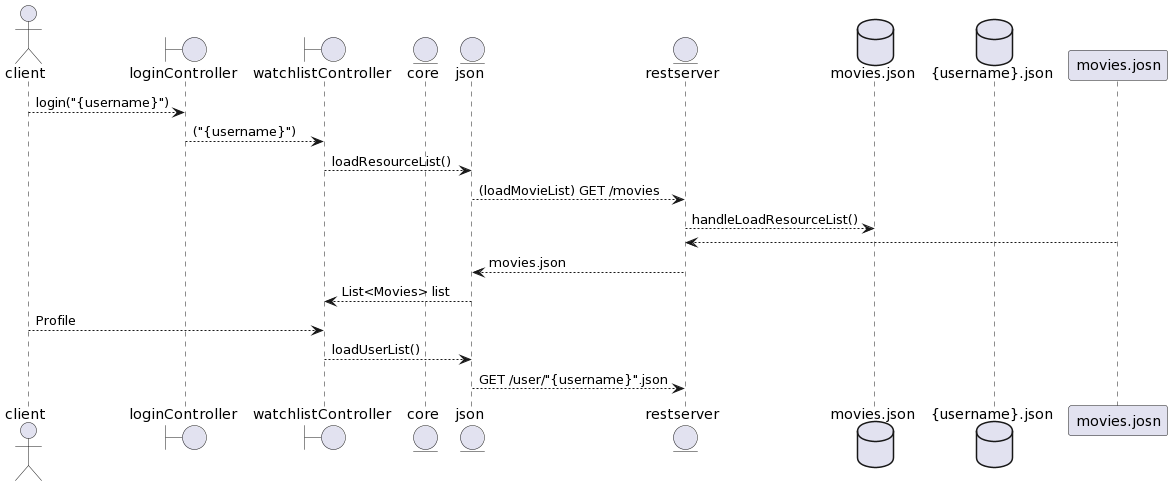
The PlantUML diagram docs/release3/images/sekvensdiagram.png in Vidarsg/Watchlist, before a commit. The source it was exported from:
```plantuml
@startuml
actor client
boundary loginController
boundary watchlistController
entity core
entity json
entity restserver
database movies.json
database "{username}.json"

client-->loginController : login("{username}")
loginController --> watchlistController : ("{username}")
watchlistController --> json : loadResourceList()
json --> restserver : (loadMovieList) GET /movies
restserver --> movies.json : handleLoadResourceList()
movies.josn --> restserver
restserver --> json : movies.json
json --> watchlistController : List<Movies> list
client --> watchlistController : Profile
watchlistController --> json : loadUserList()
json --> restserver : GET /user/"{username}".json
@enduml
```
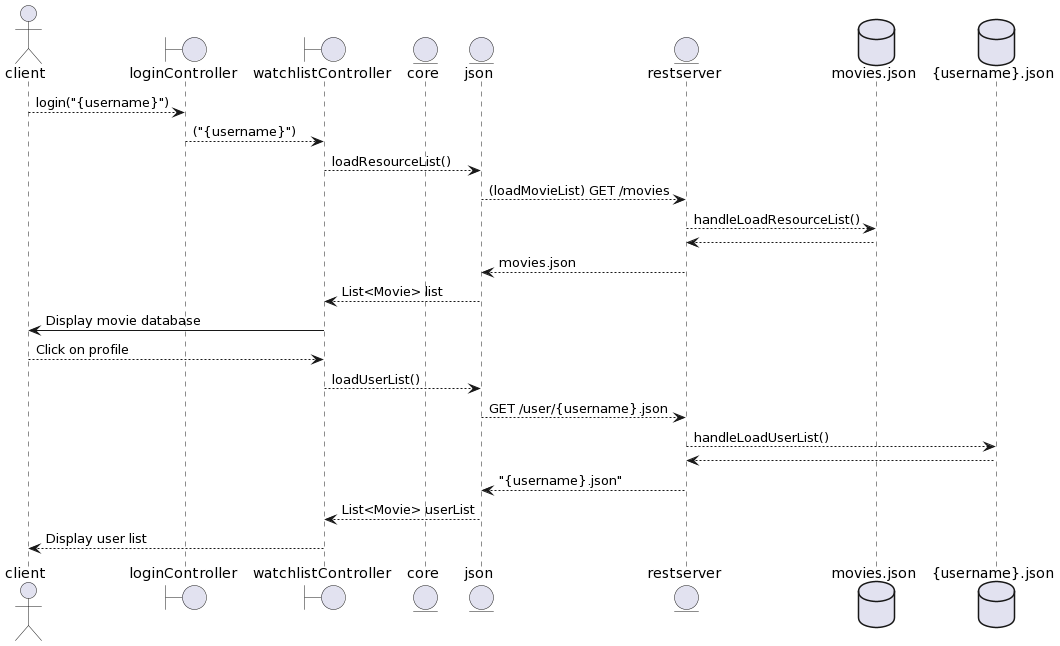
Above is the later version.

Commit message:
Gjorde ferdig sekvensdiagram

The edit, as a diff of the source:
```diff
@@ -13,10 +13,16 @@
 watchlistController --> json : loadResourceList()
 json --> restserver : (loadMovieList) GET /movies
 restserver --> movies.json : handleLoadResourceList()
-movies.josn --> restserver
+movies.json --> restserver
 restserver --> json : movies.json
-json --> watchlistController : List<Movies> list
-client --> watchlistController : Profile
+json --> watchlistController : List<Movie> list
+watchlistController -> client : Display movie database
+client --> watchlistController : Click on profile
 watchlistController --> json : loadUserList()
-json --> restserver : GET /user/"{username}".json
+json --> restserver : GET /user/{username}.json
+restserver --> "{username}.json" : handleLoadUserList()
+"{username}.json" --> restserver
+restserver --> json : "{username}.json"
+json --> watchlistController : List<Movie> userList
+watchlistController --> client : Display user list
 @enduml
```
